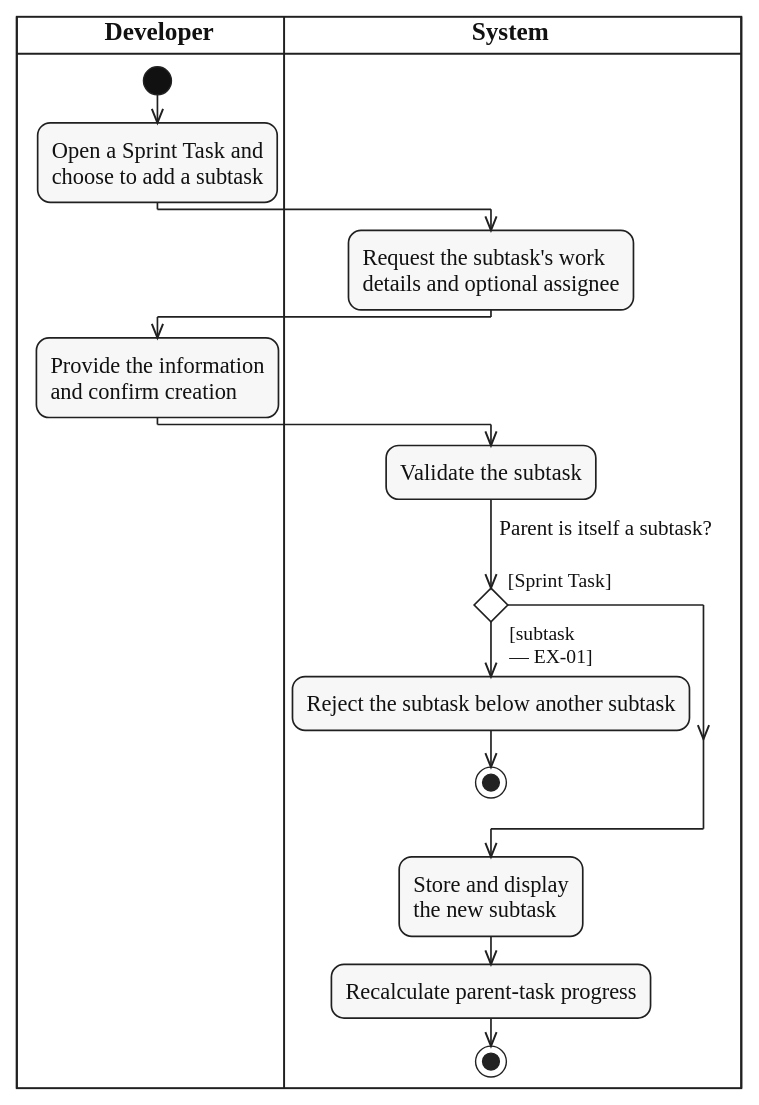
This is diagrams/activity/sprint-work/svg/UC-SUBTASK-CREATE.svg from lukenab/swd392-doc-automation, a PlantUML export, as it was before one commit. Its source is kept beside it as diagrams/activity/sprint-work/source/UC-SUBTASK-CREATE.puml. The source it was exported from:
```plantuml
@startuml UC-SUBTASK-CREATE
!include ../../_shared/activity-style.puml
|DEV| $lane_title("Developer")
|SYS| $lane_title("System")

|DEV|
start
:Open a Sprint Task and
choose to add a subtask;
|SYS|
:Request the subtask's work
details and optional assignee;
|DEV|
:Provide the information
and confirm creation;
|SYS|
:Validate the subtask;
if ($question("Parent is itself a subtask?")) then ($guard_left("[Sprint Task]"))
else ($guard_right("[subtask", "— EX-01]"))
  :Reject the subtask below another subtask;
  stop
endif
:Store and display
the new subtask;
:Recalculate parent-task progress;
stop
@enduml
```
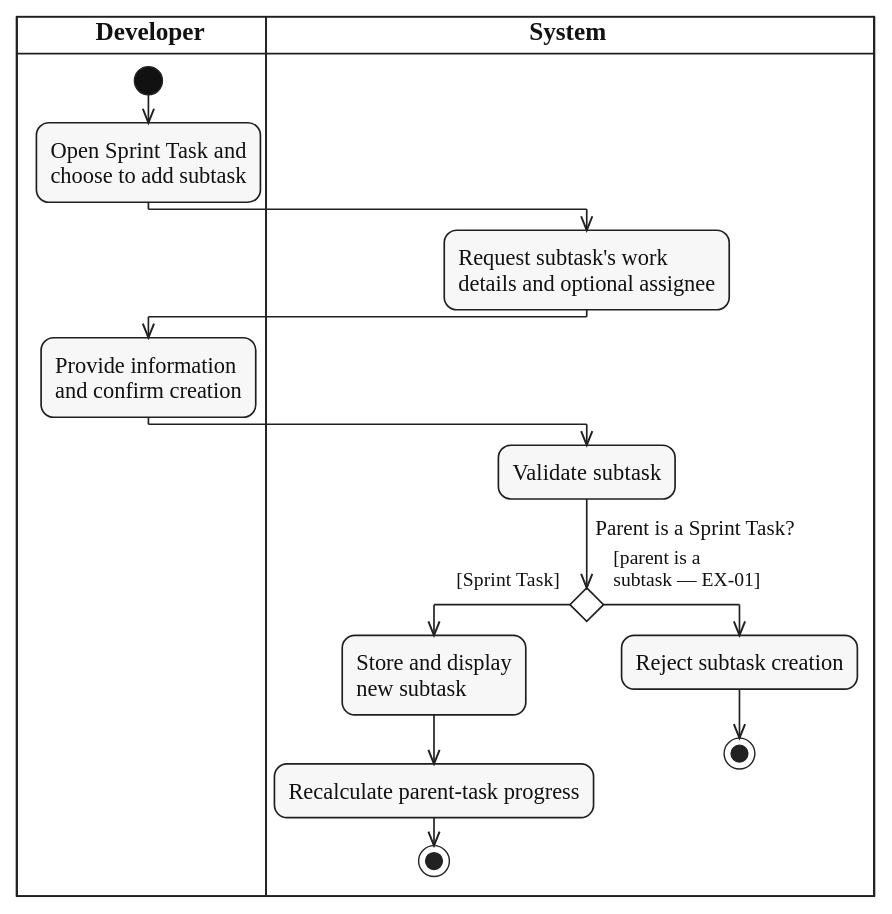
Later version of the same file.

Change to the diagram source:
```diff
@@ -5,23 +5,23 @@
 
 |DEV|
 start
-:Open a Sprint Task and
-choose to add a subtask;
+:Open Sprint Task and
+choose to add subtask;
 |SYS|
-:Request the subtask's work
+:Request subtask's work
 details and optional assignee;
 |DEV|
-:Provide the information
+:Provide information
 and confirm creation;
 |SYS|
-:Validate the subtask;
-if ($question("Parent is itself a subtask?")) then ($guard_left("[Sprint Task]"))
-else ($guard_right("[subtask", "— EX-01]"))
-  :Reject the subtask below another subtask;
+:Validate subtask;
+if ($question("Parent is a Sprint Task?")) then ($guard_left("[Sprint Task]"))
+  :Store and display
+  new subtask;
+  :Recalculate parent-task progress;
+  stop
+else ($guard_right("[parent is a", "subtask — EX-01]"))
+  :Reject subtask creation;
   stop
 endif
-:Store and display
-the new subtask;
-:Recalculate parent-task progress;
-stop
 @enduml
```
